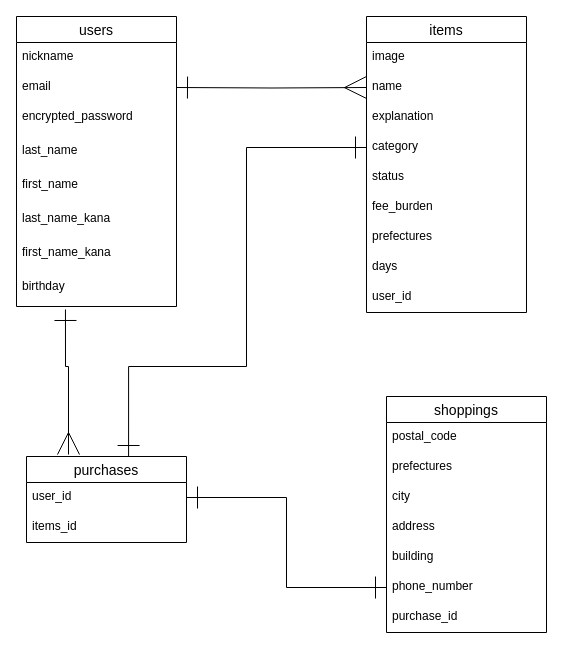
This is er.dio from Kinocas/furima-36567, a draw.io file, before an edit. Source tidied: cells renumbered, new cells numbered last; positions are measured from the earlier drawing's top-left corner, leaving out a move shared by most shapes. Both pictures are drawn from the tidied source at 100%, with x=0, y=0 at pixel (16, 16).
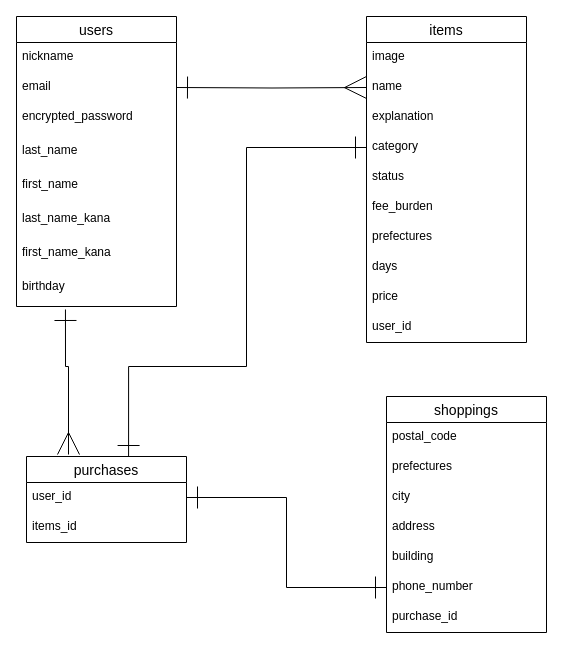
The same page after the edit.

Diff of the diagram source:
```diff
@@
     <mxCell id="11" value="items" style="swimlane;fontStyle=0;horizontal=1;startSize=26;align=center;fontSize=14;" parent="1" vertex="1">
-      <mxGeometry x="350" width="160" height="296" as="geometry" />
+      <mxGeometry x="350" width="160" height="326" as="geometry" />
     </mxCell>
@@
+    <mxCell id="36" value="price" style="text;strokeColor=none;fillColor=none;spacingLeft=4;spacingRight=4;overflow=hidden;fontSize=12;" parent="11" vertex="1">
+      <mxGeometry y="266" width="160" height="30" as="geometry" />
+    </mxCell>
     <mxCell id="20" value="user_id" style="text;strokeColor=none;fillColor=none;spacingLeft=4;spacingRight=4;overflow=hidden;fontSize=12;" parent="11" vertex="1">
-      <mxGeometry y="266" width="160" height="30" as="geometry" />
+      <mxGeometry y="296" width="160" height="30" as="geometry" />
     </mxCell>
```
